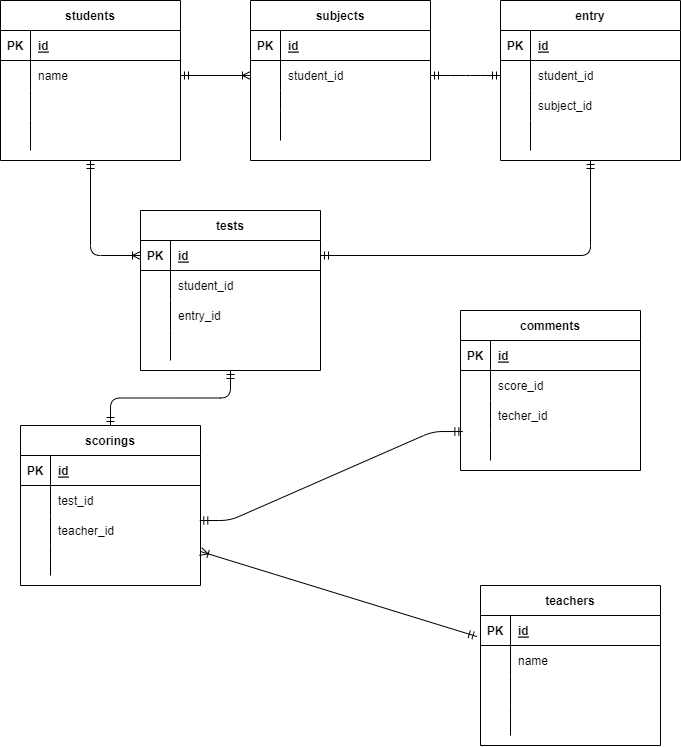
The draw.io diagram .drawio.png in naotominato/20220530aso, before a commit. Source tidied: cells renumbered, new cells last; positions are measured from the earlier drawing's top-left corner, leaving out a move shared by most shapes. Its diagram source:
```xml
<mxGraphModel>
  <root>
    <mxCell id="0" />
    <mxCell id="1" parent="0" />
    <mxCell id="2" value="students" style="shape=table;startSize=30;rowLines=0;fontStyle=1;align=center;" parent="1" vertex="1">
      <mxGeometry width="180" height="160" as="geometry" />
    </mxCell>
    <mxCell id="3" style="shape=partialRectangle;fillColor=none;top=0;left=0;bottom=1;right=0;" parent="2" vertex="1">
      <mxGeometry y="30" width="180" height="30" as="geometry" />
    </mxCell>
    <mxCell id="4" value="PK" style="shape=partialRectangle;fillColor=none;top=0;left=0;bottom=0;right=0;fontStyle=1;overflow=hidden;" parent="3" vertex="1">
      <mxGeometry width="30" height="30" as="geometry" />
    </mxCell>
    <mxCell id="5" value="id" style="shape=partialRectangle;fillColor=none;top=0;left=0;bottom=0;right=0;align=left;spacingLeft=6;fontStyle=5;overflow=hidden;" parent="3" vertex="1">
      <mxGeometry x="30" width="150" height="30" as="geometry" />
    </mxCell>
    <mxCell id="6" style="shape=partialRectangle;fillColor=none;top=0;left=0;bottom=0;right=0;points=[[0,0.5],[1,0.5]];portConstraint=eastwest;" parent="2" vertex="1">
      <mxGeometry y="60" width="180" height="30" as="geometry" />
    </mxCell>
    <mxCell id="7" style="shape=partialRectangle;fillColor=none;top=0;left=0;bottom=0;right=0;overflow=hidden;" parent="6" vertex="1">
      <mxGeometry width="30" height="30" as="geometry" />
    </mxCell>
    <mxCell id="8" value="name" style="shape=partialRectangle;fillColor=none;top=0;left=0;bottom=0;right=0;align=left;spacingLeft=6;overflow=hidden;" parent="6" vertex="1">
      <mxGeometry x="30" width="150" height="30" as="geometry" />
    </mxCell>
    <mxCell id="9" style="shape=partialRectangle;fillColor=none;top=0;left=0;bottom=0;right=0;" parent="2" vertex="1">
      <mxGeometry y="90" width="180" height="30" as="geometry" />
    </mxCell>
    <mxCell id="10" style="shape=partialRectangle;fillColor=none;top=0;left=0;bottom=0;right=0;overflow=hidden;" parent="9" vertex="1">
      <mxGeometry width="30" height="30" as="geometry" />
    </mxCell>
    <mxCell id="11" style="shape=partialRectangle;fillColor=none;top=0;left=0;bottom=0;right=0;align=left;spacingLeft=6;overflow=hidden;" parent="9" vertex="1">
      <mxGeometry x="30" width="150" height="30" as="geometry" />
    </mxCell>
    <mxCell id="12" style="shape=partialRectangle;fillColor=none;top=0;left=0;bottom=0;right=0;" parent="2" vertex="1">
      <mxGeometry y="120" width="180" height="30" as="geometry" />
    </mxCell>
    <mxCell id="13" style="shape=partialRectangle;fillColor=none;top=0;left=0;bottom=0;right=0;overflow=hidden;" parent="12" vertex="1">
      <mxGeometry width="30" height="30" as="geometry" />
    </mxCell>
    <mxCell id="14" style="shape=partialRectangle;fillColor=none;top=0;left=0;bottom=0;right=0;align=left;spacingLeft=6;overflow=hidden;" parent="12" vertex="1">
      <mxGeometry x="30" width="150" height="30" as="geometry" />
    </mxCell>
    <mxCell id="15" value="teachers" style="shape=table;startSize=30;rowLines=0;fontStyle=1;align=center;" parent="1" vertex="1">
      <mxGeometry x="480" y="585" width="180" height="160" as="geometry" />
    </mxCell>
    <mxCell id="16" style="shape=partialRectangle;fillColor=none;top=0;left=0;bottom=1;right=0;points=[[0,0.5],[1,0.5]];portConstraint=eastwest;" parent="15" vertex="1">
      <mxGeometry y="30" width="180" height="30" as="geometry" />
    </mxCell>
    <mxCell id="17" value="PK" style="shape=partialRectangle;fillColor=none;top=0;left=0;bottom=0;right=0;fontStyle=1;overflow=hidden;" parent="16" vertex="1">
      <mxGeometry width="30" height="30" as="geometry" />
    </mxCell>
    <mxCell id="18" value="id" style="shape=partialRectangle;fillColor=none;top=0;left=0;bottom=0;right=0;align=left;spacingLeft=6;fontStyle=5;overflow=hidden;" parent="16" vertex="1">
      <mxGeometry x="30" width="150" height="30" as="geometry" />
    </mxCell>
    <mxCell id="19" style="shape=partialRectangle;fillColor=none;top=0;left=0;bottom=0;right=0;" parent="15" vertex="1">
      <mxGeometry y="60" width="180" height="30" as="geometry" />
    </mxCell>
    <mxCell id="20" style="shape=partialRectangle;fillColor=none;top=0;left=0;bottom=0;right=0;overflow=hidden;" parent="19" vertex="1">
      <mxGeometry width="30" height="30" as="geometry" />
    </mxCell>
    <mxCell id="21" value="name" style="shape=partialRectangle;fillColor=none;top=0;left=0;bottom=0;right=0;align=left;spacingLeft=6;overflow=hidden;" parent="19" vertex="1">
      <mxGeometry x="30" width="150" height="30" as="geometry" />
    </mxCell>
    <mxCell id="22" style="shape=partialRectangle;fillColor=none;top=0;left=0;bottom=0;right=0;" parent="15" vertex="1">
      <mxGeometry y="90" width="180" height="30" as="geometry" />
    </mxCell>
    <mxCell id="23" style="shape=partialRectangle;fillColor=none;top=0;left=0;bottom=0;right=0;overflow=hidden;" parent="22" vertex="1">
      <mxGeometry width="30" height="30" as="geometry" />
    </mxCell>
    <mxCell id="24" style="shape=partialRectangle;fillColor=none;top=0;left=0;bottom=0;right=0;align=left;spacingLeft=6;overflow=hidden;" parent="22" vertex="1">
      <mxGeometry x="30" width="150" height="30" as="geometry" />
    </mxCell>
    <mxCell id="25" style="shape=partialRectangle;fillColor=none;top=0;left=0;bottom=0;right=0;" parent="15" vertex="1">
      <mxGeometry y="120" width="180" height="30" as="geometry" />
    </mxCell>
    <mxCell id="26" style="shape=partialRectangle;fillColor=none;top=0;left=0;bottom=0;right=0;overflow=hidden;" parent="25" vertex="1">
      <mxGeometry width="30" height="30" as="geometry" />
    </mxCell>
    <mxCell id="27" style="shape=partialRectangle;fillColor=none;top=0;left=0;bottom=0;right=0;align=left;spacingLeft=6;overflow=hidden;" parent="25" vertex="1">
      <mxGeometry x="30" width="150" height="30" as="geometry" />
    </mxCell>
    <mxCell id="28" value="tests" style="shape=table;startSize=30;rowLines=0;fontStyle=1;align=center;" parent="1" vertex="1">
      <mxGeometry x="140" y="210" width="180" height="160" as="geometry" />
    </mxCell>
    <mxCell id="29" style="shape=partialRectangle;fillColor=none;top=0;left=0;bottom=1;right=0;points=[[0,0.5],[1,0.5]];portConstraint=eastwest;" parent="28" vertex="1">
      <mxGeometry y="30" width="180" height="30" as="geometry" />
    </mxCell>
    <mxCell id="30" value="PK" style="shape=partialRectangle;fillColor=none;top=0;left=0;bottom=0;right=0;fontStyle=1;overflow=hidden;" parent="29" vertex="1">
      <mxGeometry width="30" height="30" as="geometry" />
    </mxCell>
    <mxCell id="31" value="id" style="shape=partialRectangle;fillColor=none;top=0;left=0;bottom=0;right=0;align=left;spacingLeft=6;fontStyle=5;overflow=hidden;" parent="29" vertex="1">
      <mxGeometry x="30" width="150" height="30" as="geometry" />
    </mxCell>
    <mxCell id="32" style="shape=partialRectangle;fillColor=none;top=0;left=0;bottom=0;right=0;" parent="28" vertex="1">
      <mxGeometry y="60" width="180" height="30" as="geometry" />
    </mxCell>
    <mxCell id="33" style="shape=partialRectangle;fillColor=none;top=0;left=0;bottom=0;right=0;overflow=hidden;" parent="32" vertex="1">
      <mxGeometry width="30" height="30" as="geometry" />
    </mxCell>
    <mxCell id="34" value="student_id" style="shape=partialRectangle;fillColor=none;top=0;left=0;bottom=0;right=0;align=left;spacingLeft=6;overflow=hidden;" parent="32" vertex="1">
      <mxGeometry x="30" width="150" height="30" as="geometry" />
    </mxCell>
    <mxCell id="35" style="shape=partialRectangle;fillColor=none;top=0;left=0;bottom=0;right=0;" parent="28" vertex="1">
      <mxGeometry y="90" width="180" height="30" as="geometry" />
    </mxCell>
    <mxCell id="36" style="shape=partialRectangle;fillColor=none;top=0;left=0;bottom=0;right=0;overflow=hidden;" parent="35" vertex="1">
      <mxGeometry width="30" height="30" as="geometry" />
    </mxCell>
    <mxCell id="37" value="entry_id" style="shape=partialRectangle;fillColor=none;top=0;left=0;bottom=0;right=0;align=left;spacingLeft=6;overflow=hidden;" parent="35" vertex="1">
      <mxGeometry x="30" width="150" height="30" as="geometry" />
    </mxCell>
    <mxCell id="38" style="shape=partialRectangle;fillColor=none;top=0;left=0;bottom=0;right=0;" parent="28" vertex="1">
      <mxGeometry y="120" width="180" height="30" as="geometry" />
    </mxCell>
    <mxCell id="39" style="shape=partialRectangle;fillColor=none;top=0;left=0;bottom=0;right=0;overflow=hidden;" parent="38" vertex="1">
      <mxGeometry width="30" height="30" as="geometry" />
    </mxCell>
    <mxCell id="40" style="shape=partialRectangle;fillColor=none;top=0;left=0;bottom=0;right=0;align=left;spacingLeft=6;overflow=hidden;" parent="38" vertex="1">
      <mxGeometry x="30" width="150" height="30" as="geometry" />
    </mxCell>
    <mxCell id="41" value="scorings" style="shape=table;startSize=30;rowLines=0;fontStyle=1;align=center;" parent="1" vertex="1">
      <mxGeometry x="20" y="425" width="180" height="160" as="geometry" />
    </mxCell>
    <mxCell id="42" style="shape=partialRectangle;fillColor=none;top=0;left=0;bottom=1;right=0;" parent="41" vertex="1">
      <mxGeometry y="30" width="180" height="30" as="geometry" />
    </mxCell>
    <mxCell id="43" value="PK" style="shape=partialRectangle;fillColor=none;top=0;left=0;bottom=0;right=0;fontStyle=1;overflow=hidden;" parent="42" vertex="1">
      <mxGeometry width="30" height="30" as="geometry" />
    </mxCell>
    <mxCell id="44" value="id" style="shape=partialRectangle;fillColor=none;top=0;left=0;bottom=0;right=0;align=left;spacingLeft=6;fontStyle=5;overflow=hidden;" parent="42" vertex="1">
      <mxGeometry x="30" width="150" height="30" as="geometry" />
    </mxCell>
    <mxCell id="45" style="shape=partialRectangle;fillColor=none;top=0;left=0;bottom=0;right=0;" parent="41" vertex="1">
      <mxGeometry y="60" width="180" height="30" as="geometry" />
    </mxCell>
    <mxCell id="46" style="shape=partialRectangle;fillColor=none;top=0;left=0;bottom=0;right=0;overflow=hidden;" parent="45" vertex="1">
      <mxGeometry width="30" height="30" as="geometry" />
    </mxCell>
    <mxCell id="47" value="test_id" style="shape=partialRectangle;fillColor=none;top=0;left=0;bottom=0;right=0;align=left;spacingLeft=6;overflow=hidden;" parent="45" vertex="1">
      <mxGeometry x="30" width="150" height="30" as="geometry" />
    </mxCell>
    <mxCell id="48" style="shape=partialRectangle;fillColor=none;top=0;left=0;bottom=0;right=0;points=[[0,0.5],[1,0.5]];portConstraint=eastwest;" parent="41" vertex="1">
      <mxGeometry y="90" width="180" height="30" as="geometry" />
    </mxCell>
    <mxCell id="49" style="shape=partialRectangle;fillColor=none;top=0;left=0;bottom=0;right=0;overflow=hidden;" parent="48" vertex="1">
      <mxGeometry width="30" height="30" as="geometry" />
    </mxCell>
    <mxCell id="50" value="teacher_id" style="shape=partialRectangle;fillColor=none;top=0;left=0;bottom=0;right=0;align=left;spacingLeft=6;overflow=hidden;" parent="48" vertex="1">
      <mxGeometry x="30" width="150" height="30" as="geometry" />
    </mxCell>
    <mxCell id="51" style="shape=partialRectangle;fillColor=none;top=0;left=0;bottom=0;right=0;" parent="41" vertex="1">
      <mxGeometry y="120" width="180" height="30" as="geometry" />
    </mxCell>
    <mxCell id="52" style="shape=partialRectangle;fillColor=none;top=0;left=0;bottom=0;right=0;overflow=hidden;" parent="51" vertex="1">
      <mxGeometry width="30" height="30" as="geometry" />
    </mxCell>
    <mxCell id="53" style="shape=partialRectangle;fillColor=none;top=0;left=0;bottom=0;right=0;align=left;spacingLeft=6;overflow=hidden;" parent="51" vertex="1">
      <mxGeometry x="30" width="150" height="30" as="geometry" />
    </mxCell>
    <mxCell id="54" value="comments" style="shape=table;startSize=30;rowLines=0;fontStyle=1;align=center;" parent="1" vertex="1">
      <mxGeometry x="460" y="310" width="180" height="160" as="geometry" />
    </mxCell>
    <mxCell id="55" style="shape=partialRectangle;fillColor=none;top=0;left=0;bottom=1;right=0;" parent="54" vertex="1">
      <mxGeometry y="30" width="180" height="30" as="geometry" />
    </mxCell>
    <mxCell id="56" value="PK" style="shape=partialRectangle;fillColor=none;top=0;left=0;bottom=0;right=0;fontStyle=1;overflow=hidden;" parent="55" vertex="1">
      <mxGeometry width="30" height="30" as="geometry" />
    </mxCell>
    <mxCell id="57" value="id" style="shape=partialRectangle;fillColor=none;top=0;left=0;bottom=0;right=0;align=left;spacingLeft=6;fontStyle=5;overflow=hidden;" parent="55" vertex="1">
      <mxGeometry x="30" width="150" height="30" as="geometry" />
    </mxCell>
    <mxCell id="58" style="shape=partialRectangle;fillColor=none;top=0;left=0;bottom=0;right=0;" parent="54" vertex="1">
      <mxGeometry y="60" width="180" height="30" as="geometry" />
    </mxCell>
    <mxCell id="59" style="shape=partialRectangle;fillColor=none;top=0;left=0;bottom=0;right=0;overflow=hidden;" parent="58" vertex="1">
      <mxGeometry width="30" height="30" as="geometry" />
    </mxCell>
    <mxCell id="60" value="score_id" style="shape=partialRectangle;fillColor=none;top=0;left=0;bottom=0;right=0;align=left;spacingLeft=6;overflow=hidden;" parent="58" vertex="1">
      <mxGeometry x="30" width="150" height="30" as="geometry" />
    </mxCell>
    <mxCell id="61" style="shape=partialRectangle;fillColor=none;top=0;left=0;bottom=0;right=0;" parent="54" vertex="1">
      <mxGeometry y="90" width="180" height="30" as="geometry" />
    </mxCell>
    <mxCell id="62" style="shape=partialRectangle;fillColor=none;top=0;left=0;bottom=0;right=0;overflow=hidden;" parent="61" vertex="1">
      <mxGeometry width="30" height="30" as="geometry" />
    </mxCell>
    <mxCell id="63" value="techer_id" style="shape=partialRectangle;fillColor=none;top=0;left=0;bottom=0;right=0;align=left;spacingLeft=6;overflow=hidden;" parent="61" vertex="1">
      <mxGeometry x="30" width="150" height="30" as="geometry" />
    </mxCell>
    <mxCell id="64" style="shape=partialRectangle;fillColor=none;top=0;left=0;bottom=0;right=0;points=[[0,0.5],[1,0.5]];portConstraint=eastwest;" parent="54" vertex="1">
      <mxGeometry y="120" width="180" height="30" as="geometry" />
    </mxCell>
    <mxCell id="65" style="shape=partialRectangle;fillColor=none;top=0;left=0;bottom=0;right=0;overflow=hidden;" parent="64" vertex="1">
      <mxGeometry width="30" height="30" as="geometry" />
    </mxCell>
    <mxCell id="66" style="shape=partialRectangle;fillColor=none;top=0;left=0;bottom=0;right=0;align=left;spacingLeft=6;overflow=hidden;" parent="64" vertex="1">
      <mxGeometry x="30" width="150" height="30" as="geometry" />
    </mxCell>
    <mxCell id="67" value="subjects" style="shape=table;startSize=30;rowLines=0;fontStyle=1;align=center;" parent="1" vertex="1">
      <mxGeometry x="250" width="180" height="160" as="geometry" />
    </mxCell>
    <mxCell id="68" style="shape=partialRectangle;fillColor=none;top=0;left=0;bottom=1;right=0;" parent="67" vertex="1">
      <mxGeometry y="30" width="180" height="30" as="geometry" />
    </mxCell>
    <mxCell id="69" value="PK" style="shape=partialRectangle;fillColor=none;top=0;left=0;bottom=0;right=0;fontStyle=1;overflow=hidden;" parent="68" vertex="1">
      <mxGeometry width="30" height="30" as="geometry" />
    </mxCell>
    <mxCell id="70" value="id" style="shape=partialRectangle;fillColor=none;top=0;left=0;bottom=0;right=0;align=left;spacingLeft=6;fontStyle=5;overflow=hidden;" parent="68" vertex="1">
      <mxGeometry x="30" width="150" height="30" as="geometry" />
    </mxCell>
    <mxCell id="71" style="shape=partialRectangle;fillColor=none;top=0;left=0;bottom=0;right=0;points=[[0,0.5],[1,0.5]];portConstraint=eastwest;" parent="67" vertex="1">
      <mxGeometry y="60" width="180" height="30" as="geometry" />
    </mxCell>
    <mxCell id="72" style="shape=partialRectangle;fillColor=none;top=0;left=0;bottom=0;right=0;overflow=hidden;" parent="71" vertex="1">
      <mxGeometry width="30" height="30" as="geometry" />
    </mxCell>
    <mxCell id="73" value="student_id" style="shape=partialRectangle;fillColor=none;top=0;left=0;bottom=0;right=0;align=left;spacingLeft=6;overflow=hidden;" parent="71" vertex="1">
      <mxGeometry x="30" width="150" height="30" as="geometry" />
    </mxCell>
    <mxCell id="74" style="shape=partialRectangle;fillColor=none;top=0;left=0;bottom=0;right=0;" parent="67" vertex="1">
      <mxGeometry y="90" width="180" height="20" as="geometry" />
    </mxCell>
    <mxCell id="75" style="shape=partialRectangle;fillColor=none;top=0;left=0;bottom=0;right=0;overflow=hidden;" parent="74" vertex="1">
      <mxGeometry width="30" height="20" as="geometry" />
    </mxCell>
    <mxCell id="76" style="shape=partialRectangle;fillColor=none;top=0;left=0;bottom=0;right=0;align=left;spacingLeft=6;overflow=hidden;" parent="74" vertex="1">
      <mxGeometry x="30" width="150" height="20" as="geometry" />
    </mxCell>
    <mxCell id="77" style="shape=partialRectangle;fillColor=none;top=0;left=0;bottom=0;right=0;" parent="67" vertex="1">
      <mxGeometry y="110" width="180" height="30" as="geometry" />
    </mxCell>
    <mxCell id="78" style="shape=partialRectangle;fillColor=none;top=0;left=0;bottom=0;right=0;overflow=hidden;" parent="77" vertex="1">
      <mxGeometry width="30" height="30" as="geometry" />
    </mxCell>
    <mxCell id="79" style="shape=partialRectangle;fillColor=none;top=0;left=0;bottom=0;right=0;align=left;spacingLeft=6;overflow=hidden;" parent="77" vertex="1">
      <mxGeometry x="30" width="150" height="30" as="geometry" />
    </mxCell>
    <mxCell id="80" style="fontSize=12;html=1;endArrow=ERoneToMany;startArrow=ERmandOne;exitX=-0.02;exitY=0.701;exitDx=0;exitDy=0;exitPerimeter=0;" parent="1" edge="1" source="16">
      <mxGeometry relative="1" as="geometry">
        <mxPoint x="200" y="551" as="targetPoint" />
      </mxGeometry>
    </mxCell>
    <mxCell id="81" style="fontSize=12;html=1;endArrow=ERoneToMany;startArrow=ERmandOne;exitX=0.5;exitY=1;exitDx=0;exitDy=0;entryX=0;entryY=0.5;entryDx=0;entryDy=0;edgeStyle=orthogonalEdgeStyle;" parent="1" edge="1" source="2" target="29">
      <mxGeometry relative="1" as="geometry" />
    </mxCell>
    <mxCell id="82" style="fontSize=12;html=1;endArrow=ERmandOne;startArrow=ERmandOne;exitX=0.5;exitY=1;exitDx=0;exitDy=0;entryX=0.5;entryY=0;entryDx=0;entryDy=0;edgeStyle=orthogonalEdgeStyle;" parent="1" edge="1" source="28" target="41">
      <mxGeometry relative="1" as="geometry" />
    </mxCell>
    <mxCell id="83" style="fontSize=12;html=1;endArrow=ERoneToMany;startArrow=ERmandOne;entryX=0;entryY=0.5;entryDx=0;entryDy=0;exitX=1;exitY=0.5;exitDx=0;exitDy=0;" parent="1" edge="1" source="6" target="71">
      <mxGeometry relative="1" as="geometry" />
    </mxCell>
    <mxCell id="84" value="entry" style="shape=table;startSize=30;rowLines=0;fontStyle=1;align=center;" parent="1" vertex="1">
      <mxGeometry x="500" width="180" height="160" as="geometry" />
    </mxCell>
    <mxCell id="85" style="shape=partialRectangle;fillColor=none;top=0;left=0;bottom=1;right=0;" parent="84" vertex="1">
      <mxGeometry y="30" width="180" height="30" as="geometry" />
    </mxCell>
    <mxCell id="86" value="PK" style="shape=partialRectangle;fillColor=none;top=0;left=0;bottom=0;right=0;fontStyle=1;overflow=hidden;" parent="85" vertex="1">
      <mxGeometry width="30" height="30" as="geometry" />
    </mxCell>
    <mxCell id="87" value="id" style="shape=partialRectangle;fillColor=none;top=0;left=0;bottom=0;right=0;align=left;spacingLeft=6;fontStyle=5;overflow=hidden;" parent="85" vertex="1">
      <mxGeometry x="30" width="150" height="30" as="geometry" />
    </mxCell>
    <mxCell id="88" style="shape=partialRectangle;fillColor=none;top=0;left=0;bottom=0;right=0;points=[[0,0.5],[1,0.5]];portConstraint=eastwest;" parent="84" vertex="1">
      <mxGeometry y="60" width="180" height="30" as="geometry" />
    </mxCell>
    <mxCell id="89" style="shape=partialRectangle;fillColor=none;top=0;left=0;bottom=0;right=0;overflow=hidden;" parent="88" vertex="1">
      <mxGeometry width="30" height="30" as="geometry" />
    </mxCell>
    <mxCell id="90" value="student_id" style="shape=partialRectangle;fillColor=none;top=0;left=0;bottom=0;right=0;align=left;spacingLeft=6;overflow=hidden;" parent="88" vertex="1">
      <mxGeometry x="30" width="150" height="30" as="geometry" />
    </mxCell>
    <mxCell id="91" style="shape=partialRectangle;fillColor=none;top=0;left=0;bottom=0;right=0;" parent="84" vertex="1">
      <mxGeometry y="90" width="180" height="30" as="geometry" />
    </mxCell>
    <mxCell id="92" style="shape=partialRectangle;fillColor=none;top=0;left=0;bottom=0;right=0;overflow=hidden;" parent="91" vertex="1">
      <mxGeometry width="30" height="30" as="geometry" />
    </mxCell>
    <mxCell id="93" value="subject_id" style="shape=partialRectangle;fillColor=none;top=0;left=0;bottom=0;right=0;align=left;spacingLeft=6;overflow=hidden;" parent="91" vertex="1">
      <mxGeometry x="30" width="150" height="30" as="geometry" />
    </mxCell>
    <mxCell id="94" style="shape=partialRectangle;fillColor=none;top=0;left=0;bottom=0;right=0;" parent="84" vertex="1">
      <mxGeometry y="120" width="180" height="30" as="geometry" />
    </mxCell>
    <mxCell id="95" style="shape=partialRectangle;fillColor=none;top=0;left=0;bottom=0;right=0;overflow=hidden;" parent="94" vertex="1">
      <mxGeometry width="30" height="30" as="geometry" />
    </mxCell>
    <mxCell id="96" style="shape=partialRectangle;fillColor=none;top=0;left=0;bottom=0;right=0;align=left;spacingLeft=6;overflow=hidden;" parent="94" vertex="1">
      <mxGeometry x="30" width="150" height="30" as="geometry" />
    </mxCell>
    <mxCell id="97" style="edgeStyle=entityRelationEdgeStyle;fontSize=12;html=1;endArrow=ERmandOne;startArrow=ERmandOne;entryX=0;entryY=0.5;entryDx=0;entryDy=0;exitX=1;exitY=0.5;exitDx=0;exitDy=0;" parent="1" edge="1" source="71" target="88">
      <mxGeometry relative="1" as="geometry" />
    </mxCell>
    <mxCell id="98" style="edgeStyle=orthogonalEdgeStyle;fontSize=12;html=1;endArrow=ERmandOne;startArrow=ERmandOne;entryX=0.5;entryY=1;entryDx=0;entryDy=0;exitX=1;exitY=0.5;exitDx=0;exitDy=0;" parent="1" edge="1" source="29" target="84">
      <mxGeometry relative="1" as="geometry" />
    </mxCell>
    <mxCell id="99" style="edgeStyle=entityRelationEdgeStyle;fontSize=12;html=1;endArrow=ERmandOne;startArrow=ERmandOne;exitX=0.996;exitY=0.167;exitDx=0;exitDy=0;exitPerimeter=0;entryX=0.013;entryY=0.034;entryDx=0;entryDy=0;entryPerimeter=0;" parent="1" edge="1" source="48" target="64">
      <mxGeometry relative="1" as="geometry" />
    </mxCell>
  </root>
</mxGraphModel>
```
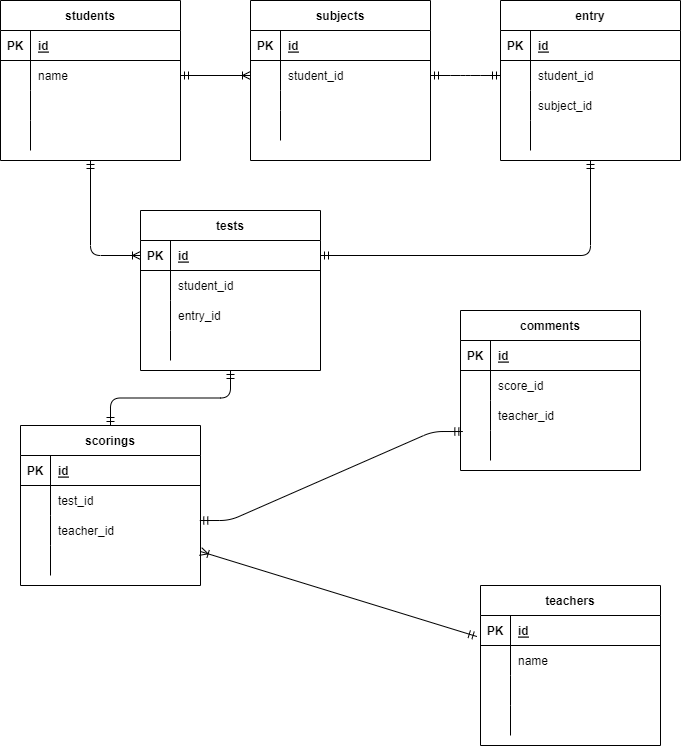
Above is the later version.

The edit, as a diff of the source:
```diff
@@ -185,7 +185,7 @@
     <mxCell id="62" style="shape=partialRectangle;fillColor=none;top=0;left=0;bottom=0;right=0;overflow=hidden;" parent="61" vertex="1">
       <mxGeometry width="30" height="30" as="geometry" />
     </mxCell>
-    <mxCell id="63" value="techer_id" style="shape=partialRectangle;fillColor=none;top=0;left=0;bottom=0;right=0;align=left;spacingLeft=6;overflow=hidden;" parent="61" vertex="1">
+    <mxCell id="63" value="teacher_id" style="shape=partialRectangle;fillColor=none;top=0;left=0;bottom=0;right=0;align=left;spacingLeft=6;overflow=hidden;" parent="61" vertex="1">
       <mxGeometry x="30" width="150" height="30" as="geometry" />
     </mxCell>
     <mxCell id="64" style="shape=partialRectangle;fillColor=none;top=0;left=0;bottom=0;right=0;points=[[0,0.5],[1,0.5]];portConstraint=eastwest;" parent="54" vertex="1">
```
